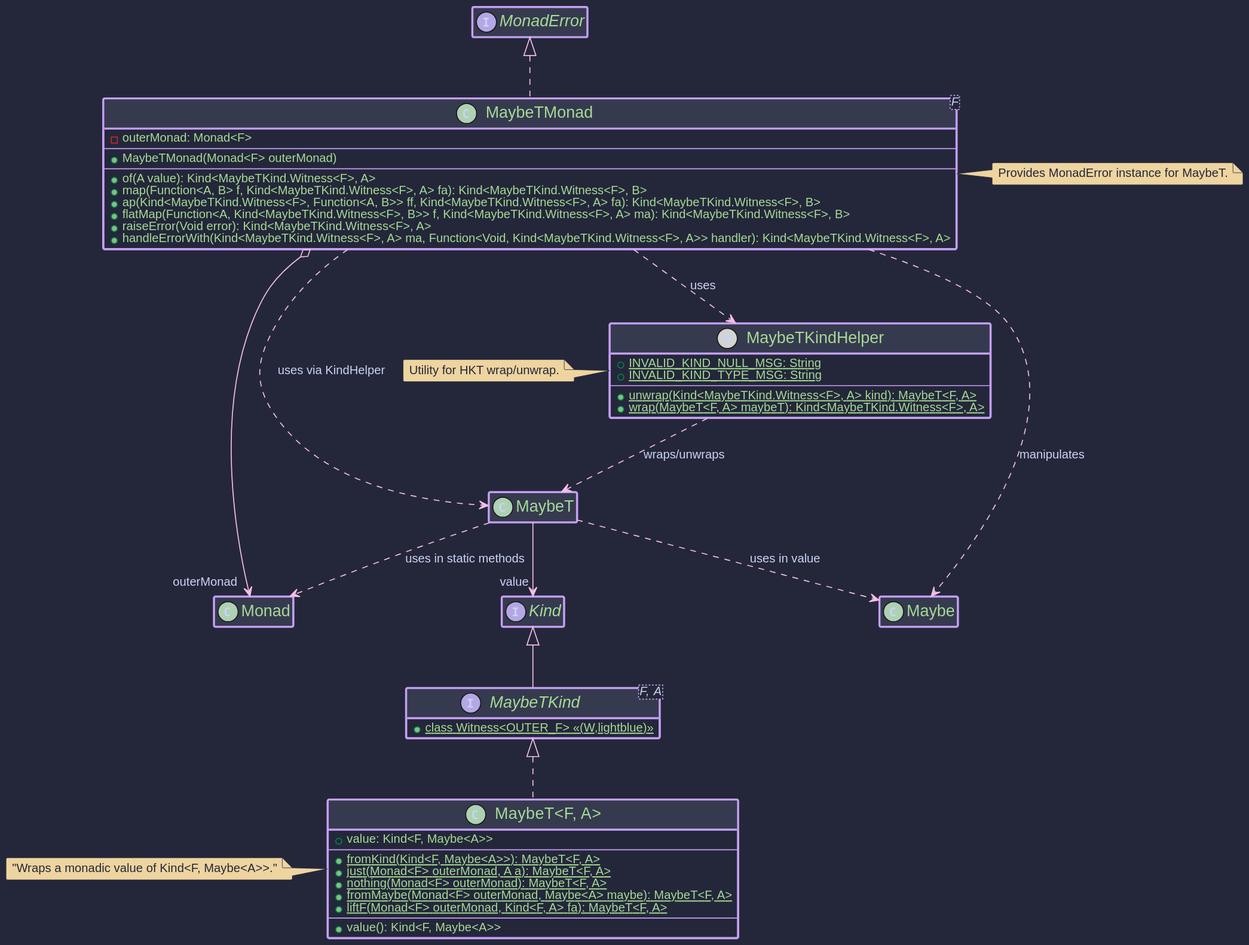
Above: hkj-book/src/images/puml/maybet_transformer.svg in higher-kinded-j/higher-kinded-j (PlantUML), before the change.
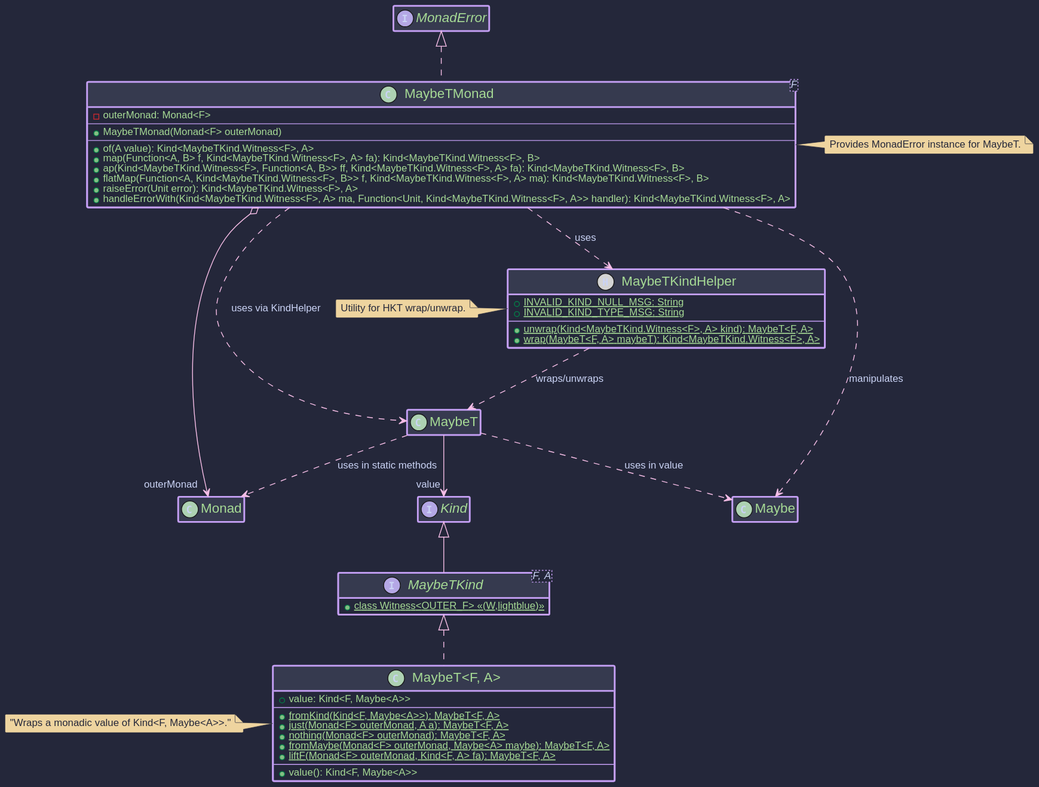
The same file after the commit.

The edit, as a diff of the source:
```diff
@@ -22,7 +22,7 @@
   }
   note left of "MaybeT<F, A>" : "Wraps a monadic value of Kind<F, Maybe<A>>."
 
-  class MaybeTMonad<F> implements MonadError<MaybeTKind.Witness<F>, java.lang.Void> {
+  class MaybeTMonad<F> implements MonadError<MaybeTKind.Witness<F>, Unit> {
     - outerMonad: Monad<F>
     --
     + MaybeTMonad(Monad<F> outerMonad)
@@ -31,8 +31,8 @@
     + map(Function<A, B> f, Kind<MaybeTKind.Witness<F>, A> fa): Kind<MaybeTKind.Witness<F>, B>
     + ap(Kind<MaybeTKind.Witness<F>, Function<A, B>> ff, Kind<MaybeTKind.Witness<F>, A> fa): Kind<MaybeTKind.Witness<F>, B>
     + flatMap(Function<A, Kind<MaybeTKind.Witness<F>, B>> f, Kind<MaybeTKind.Witness<F>, A> ma): Kind<MaybeTKind.Witness<F>, B>
-    + raiseError(Void error): Kind<MaybeTKind.Witness<F>, A>
-    + handleErrorWith(Kind<MaybeTKind.Witness<F>, A> ma, Function<Void, Kind<MaybeTKind.Witness<F>, A>> handler): Kind<MaybeTKind.Witness<F>, A>
+    + raiseError(Unit error): Kind<MaybeTKind.Witness<F>, A>
+    + handleErrorWith(Kind<MaybeTKind.Witness<F>, A> ma, Function<Unit, Kind<MaybeTKind.Witness<F>, A>> handler): Kind<MaybeTKind.Witness<F>, A>
   }
   note right of MaybeTMonad : Provides MonadError instance for MaybeT.
 
```
